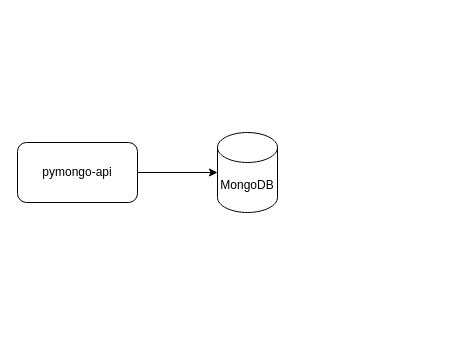
This is docs/schema-1.drawio from AndreyNester/black_friday, a draw.io file, before an edit. Source tidied: cells renumbered, new cells numbered last; positions are measured from the earlier drawing's top-left corner, leaving out a move shared by most shapes. Both pictures are drawn from the tidied source at 100%, with x=0, y=0 at pixel (17, 132).
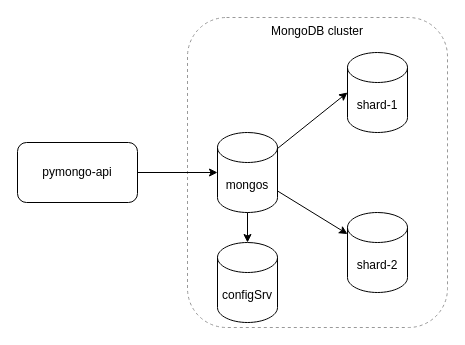
After the change.

Change to the diagram source:
```diff
@@
 <mxGraphModel>
   <root>
     <mxCell id="0" />
     <mxCell id="1" parent="0" />
+    <mxCell id="5" value="MongoDB cluster" style="rounded=1;whiteSpace=wrap;html=1;fillColor=none;dashed=1;strokeColor=#999999;strokeWidth=1;align=center;verticalAlign=top;" parent="1" vertex="1">
+      <mxGeometry x="170" y="-115" width="260" height="310" as="geometry" />
+    </mxCell>
+    <mxCell id="6" style="edgeStyle=none;html=1;fontFamily=Helvetica;fontSize=12;fontColor=default;" parent="1" edge="1" source="2" target="8">
+      <mxGeometry relative="1" as="geometry" />
+    </mxCell>
-    <mxCell id="2" value="MongoDB" style="shape=cylinder3;whiteSpace=wrap;html=1;boundedLbl=1;backgroundOutline=1;size=15;" parent="1" vertex="1">
+    <mxCell id="2" value="mongos" style="shape=cylinder3;whiteSpace=wrap;html=1;boundedLbl=1;backgroundOutline=1;size=15;" parent="1" vertex="1">
       <mxGeometry x="200" width="60" height="80" as="geometry" />
     </mxCell>
     <mxCell id="3" value="pymongo-api" style="rounded=1;whiteSpace=wrap;html=1;" parent="1" vertex="1">
       <mxGeometry y="10" width="120" height="60" as="geometry" />
     </mxCell>
     <mxCell id="4" style="edgeStyle=orthogonalEdgeStyle;rounded=0;jettySize=auto;html=1;exitX=1;exitY=0.5;exitDx=0;exitDy=0;entryX=0;entryY=0.5;entryDx=0;entryDy=0;entryPerimeter=0;" parent="1" edge="1" source="3" target="2">
       <mxGeometry relative="1" as="geometry" />
     </mxCell>
+    <mxCell id="7" value="shard-1" style="shape=cylinder3;whiteSpace=wrap;html=1;boundedLbl=1;backgroundOutline=1;size=15;" parent="1" vertex="1">
+      <mxGeometry x="330" y="-80" width="60" height="80" as="geometry" />
+    </mxCell>
+    <mxCell id="8" value="shard-2" style="shape=cylinder3;whiteSpace=wrap;html=1;boundedLbl=1;backgroundOutline=1;size=15;" parent="1" vertex="1">
+      <mxGeometry x="330" y="80" width="60" height="80" as="geometry" />
+    </mxCell>
+    <mxCell id="9" value="configSrv" style="shape=cylinder3;whiteSpace=wrap;html=1;boundedLbl=1;backgroundOutline=1;size=15;" parent="1" vertex="1">
+      <mxGeometry x="200" y="110" width="60" height="80" as="geometry" />
+    </mxCell>
+    <mxCell id="10" style="edgeStyle=none;html=1;entryX=0;entryY=0.5;entryDx=0;entryDy=0;entryPerimeter=0;fontFamily=Helvetica;fontSize=12;fontColor=default;" parent="1" edge="1" source="2" target="7">
+      <mxGeometry relative="1" as="geometry" />
+    </mxCell>
+    <mxCell id="11" style="edgeStyle=none;html=1;entryX=0.5;entryY=0;entryDx=0;entryDy=0;entryPerimeter=0;fontFamily=Helvetica;fontSize=12;fontColor=default;" parent="1" edge="1" source="2" target="9">
+      <mxGeometry relative="1" as="geometry" />
+    </mxCell>
   </root>
 </mxGraphModel>
```
